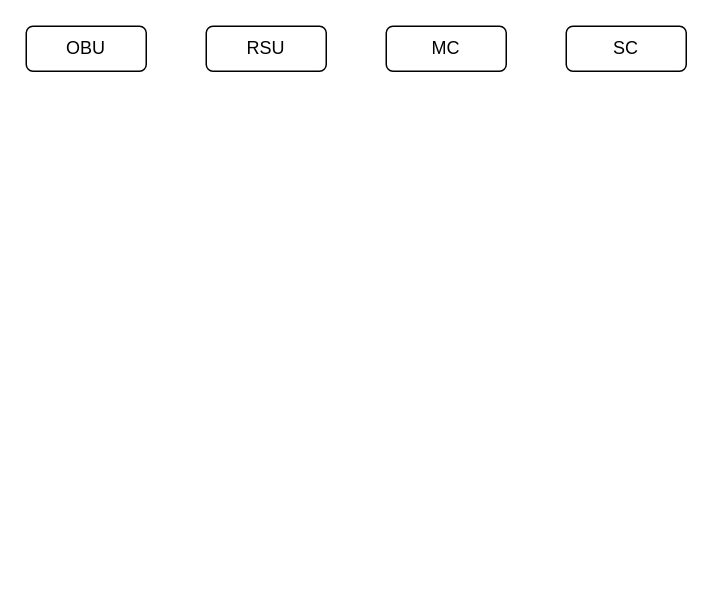
The draw.io diagram 车辆注册流程.drawio in burnandgun/diagrams, before the edit. Source tidied: cells renumbered, new cells numbered last; positions are measured from the earlier drawing's top-left corner, leaving out a move shared by most shapes. Both pictures are drawn from the tidied source at 150%, with x=0, y=0 at pixel (26, 26).
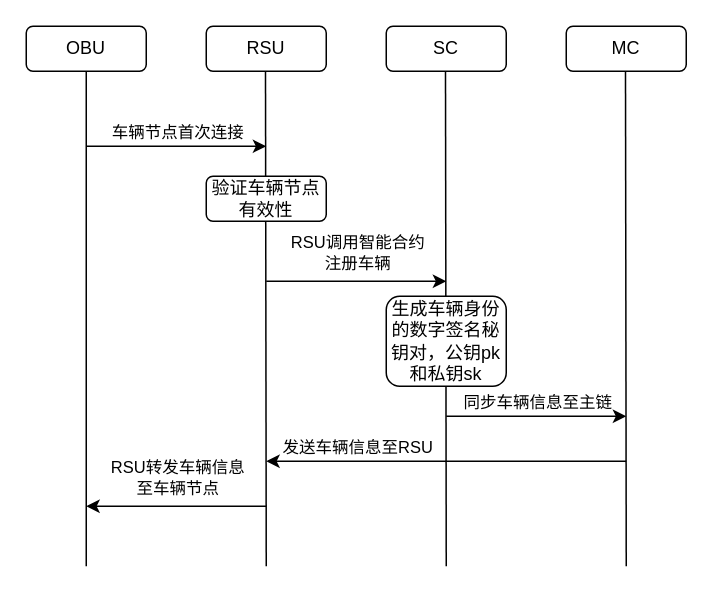
The same diagram, later.

Commit message:
更新车辆注册流程.drawio

Unchanged cells that the change refers to:
```xml
<mxCell id="2" value="OBU" style="rounded=1;whiteSpace=wrap;html=1;" parent="1" vertex="1">
  <mxGeometry width="80" height="30" as="geometry" />
</mxCell>
```

What changed in the source:
```diff
@@
-    <mxCell id="4" value="MC" style="rounded=1;whiteSpace=wrap;html=1;" parent="1" vertex="1">
+    <mxCell id="4" value="SC" style="rounded=1;whiteSpace=wrap;html=1;" parent="1" vertex="1">
       <mxGeometry x="240" width="80" height="30" as="geometry" />
     </mxCell>
-    <mxCell id="5" value="SC" style="rounded=1;whiteSpace=wrap;html=1;" parent="1" vertex="1">
+    <mxCell id="5" value="MC" style="rounded=1;whiteSpace=wrap;html=1;" parent="1" vertex="1">
       <mxGeometry x="360" width="80" height="30" as="geometry" />
     </mxCell>
+    <mxCell id="6" style="endArrow=none;html=1;rounded=0;entryX=0.5;entryY=1;entryDx=0;entryDy=0;" parent="1" edge="1" target="2">
+      <mxGeometry relative="1" as="geometry">
+        <mxPoint x="40" y="360" as="sourcePoint" />
+      </mxGeometry>
+    </mxCell>
+    <mxCell id="7" style="endArrow=none;html=1;rounded=0;entryX=0.5;entryY=1;entryDx=0;entryDy=0;" parent="1" edge="1">
+      <mxGeometry relative="1" as="geometry">
+        <mxPoint x="160" y="360" as="sourcePoint" />
+        <mxPoint x="159.5" y="30" as="targetPoint" />
+      </mxGeometry>
+    </mxCell>
+    <mxCell id="8" style="endArrow=none;html=1;rounded=0;entryX=0.5;entryY=1;entryDx=0;entryDy=0;" parent="1" edge="1">
+      <mxGeometry relative="1" as="geometry">
+        <mxPoint x="280" y="360" as="sourcePoint" />
+        <mxPoint x="279.5" y="30" as="targetPoint" />
+      </mxGeometry>
+    </mxCell>
+    <mxCell id="9" style="endArrow=none;html=1;rounded=0;entryX=0.5;entryY=1;entryDx=0;entryDy=0;" parent="1" edge="1">
+      <mxGeometry relative="1" as="geometry">
+        <mxPoint x="400" y="360" as="sourcePoint" />
+        <mxPoint x="399.5" y="30" as="targetPoint" />
+      </mxGeometry>
+    </mxCell>
+    <mxCell id="10" style="endArrow=classic;html=1;rounded=0;" parent="1" edge="1">
+      <mxGeometry relative="1" as="geometry">
+        <mxPoint x="40" y="80" as="sourcePoint" />
+        <mxPoint x="160" y="80" as="targetPoint" />
+      </mxGeometry>
+    </mxCell>
+    <mxCell id="11" value="车辆节点首次连接" style="edgeLabel;html=1;align=center;verticalAlign=middle;" parent="10" vertex="1">
+      <mxGeometry x="0.47" y="-1" relative="1" as="geometry">
+        <mxPoint x="-28" y="-11" as="offset" />
+      </mxGeometry>
+    </mxCell>
+    <mxCell id="12" value="验证车辆节点有效性" style="rounded=1;whiteSpace=wrap;html=1;" parent="1" vertex="1">
+      <mxGeometry x="120" y="100" width="80" height="30" as="geometry" />
+    </mxCell>
+    <mxCell id="13" style="endArrow=classic;html=1;rounded=0;" parent="1" edge="1">
+      <mxGeometry relative="1" as="geometry">
+        <mxPoint x="160" y="170" as="sourcePoint" />
+        <mxPoint x="280" y="170" as="targetPoint" />
+      </mxGeometry>
+    </mxCell>
+    <mxCell id="14" value="RSU调用智能合约&lt;br&gt;注册车辆" style="edgeLabel;html=1;align=center;verticalAlign=middle;" parent="13" vertex="1">
+      <mxGeometry x="0.47" y="-1" relative="1" as="geometry">
+        <mxPoint x="-28" y="-21" as="offset" />
+      </mxGeometry>
+    </mxCell>
+    <mxCell id="15" value="生成车辆身份的数字签名秘钥对，公钥pk和私钥sk" style="rounded=1;whiteSpace=wrap;html=1;" parent="1" vertex="1">
+      <mxGeometry x="240" y="180" width="80" height="60" as="geometry" />
+    </mxCell>
+    <mxCell id="16" style="endArrow=classic;html=1;rounded=0;" parent="1" edge="1">
+      <mxGeometry relative="1" as="geometry">
+        <mxPoint x="280" y="260" as="sourcePoint" />
+        <mxPoint x="400" y="260" as="targetPoint" />
+      </mxGeometry>
+    </mxCell>
+    <mxCell id="17" value="同步车辆信息至主链" style="edgeLabel;html=1;align=center;verticalAlign=middle;" parent="16" vertex="1">
+      <mxGeometry x="0.47" y="-1" relative="1" as="geometry">
+        <mxPoint x="-28" y="-11" as="offset" />
+      </mxGeometry>
+    </mxCell>
+    <mxCell id="18" style="endArrow=classic;html=1;rounded=0;" parent="1" edge="1">
+      <mxGeometry relative="1" as="geometry">
+        <mxPoint x="400" y="290" as="sourcePoint" />
+        <mxPoint x="160" y="290" as="targetPoint" />
+      </mxGeometry>
+    </mxCell>
+    <mxCell id="19" value="发送车辆信息至RSU" style="edgeLabel;html=1;align=center;verticalAlign=middle;" parent="18" vertex="1">
+      <mxGeometry x="0.47" y="-1" relative="1" as="geometry">
+        <mxPoint x="-4" y="-9" as="offset" />
+      </mxGeometry>
+    </mxCell>
+    <mxCell id="20" style="endArrow=classic;html=1;rounded=0;" parent="1" edge="1">
+      <mxGeometry relative="1" as="geometry">
+        <mxPoint x="160" y="320" as="sourcePoint" />
+        <mxPoint x="40" y="320" as="targetPoint" />
+      </mxGeometry>
+    </mxCell>
+    <mxCell id="21" value="RSU转发车辆信息&lt;br&gt;至车辆节点" style="edgeLabel;html=1;align=center;verticalAlign=middle;" parent="20" vertex="1">
+      <mxGeometry x="0.47" y="-1" relative="1" as="geometry">
+        <mxPoint x="28" y="-19" as="offset" />
+      </mxGeometry>
+    </mxCell>
```
